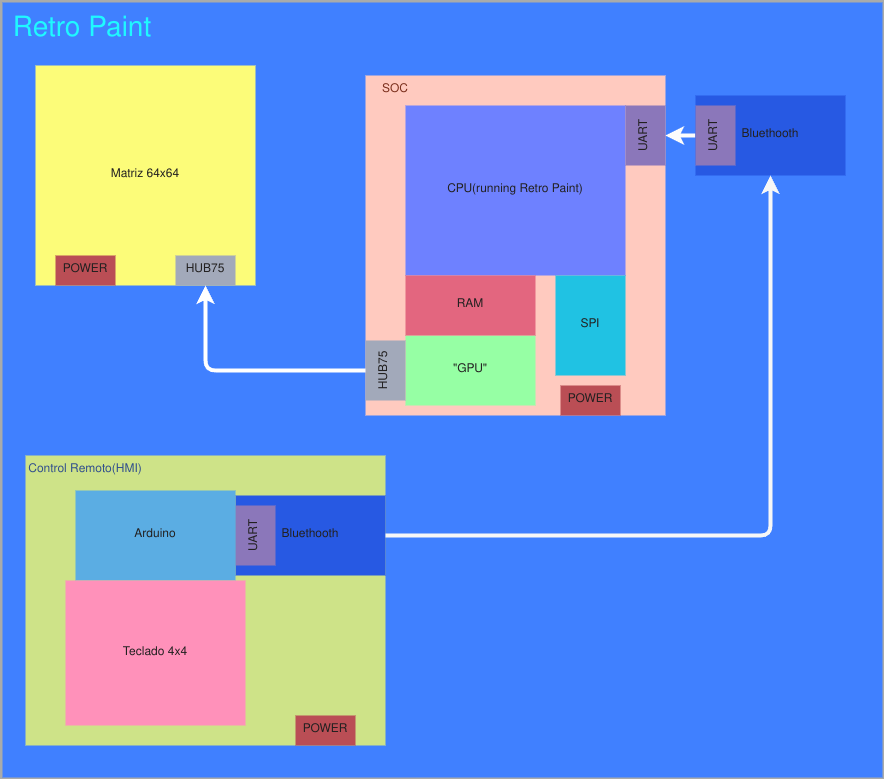
Earlier version of the draw.io export retro_paint/diagrams/bloques.png (safehehe/PTSD1). Source tidied: cells renumbered, new cells last; positions are measured from the earlier drawing's top-left corner, leaving out a move shared by most shapes.
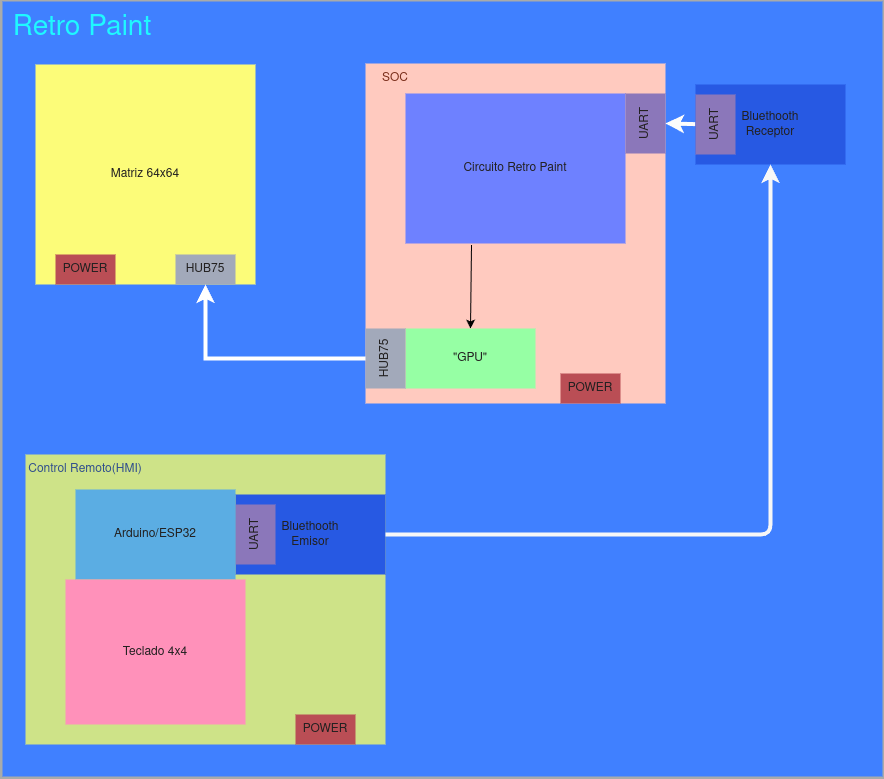
After the commit.

Commit message:
Cambio en el diseño de retro paint

Change to the diagram source:
```diff
@@ -21,16 +21,19 @@
       <mxGeometry x="20" y="190" width="60" height="30" as="geometry" />
     </mxCell>
     <mxCell id="8" style="group;" parent="1" vertex="1">
-      <mxGeometry x="363" y="73" width="300" height="350" as="geometry" />
+      <mxGeometry x="363" y="62" width="300" height="350" as="geometry" />
     </mxCell>
     <mxCell id="9" style="rounded=0;whiteSpace=wrap;html=1;labelBackgroundColor=none;strokeColor=none;strokeWidth=4;fontSize=28;fontColor=#1FF8FF;fillColor=#FFCABF;" parent="8" vertex="1">
       <mxGeometry width="300" height="340" as="geometry" />
     </mxCell>
+    <mxCell id="33" style="edgeStyle=none;html=1;entryX=0.5;entryY=0;entryDx=0;entryDy=0;exitX=0.3;exitY=1.01;exitDx=0;exitDy=0;exitPerimeter=0;" parent="8" edge="1" source="10" target="11">
+      <mxGeometry relative="1" as="geometry" />
+    </mxCell>
-    <mxCell id="10" value="CPU(running Retro Paint)" style="rounded=0;whiteSpace=wrap;html=1;labelBackgroundColor=none;strokeColor=none;strokeWidth=4;fontSize=12;fontColor=#222020;fillColor=#6E81FF;" parent="8" vertex="1">
-      <mxGeometry x="40" y="30" width="220" height="170" as="geometry" />
+    <mxCell id="10" value="Circuito Retro Paint" style="rounded=0;whiteSpace=wrap;html=1;labelBackgroundColor=none;strokeColor=none;strokeWidth=4;fontSize=12;fontColor=#222020;fillColor=#6E81FF;" parent="8" vertex="1">
+      <mxGeometry x="40" y="30" width="220" height="150" as="geometry" />
     </mxCell>
     <mxCell id="11" value="&quot;GPU&quot;" style="rounded=0;whiteSpace=wrap;html=1;labelBackgroundColor=none;strokeColor=none;strokeWidth=4;fontSize=12;fontColor=#222020;fillColor=#96FFA4;" parent="8" vertex="1">
-      <mxGeometry x="40" y="260" width="130" height="70" as="geometry" />
+      <mxGeometry x="40" y="265" width="130" height="60" as="geometry" />
     </mxCell>
     <mxCell id="12" value="HUB75" style="rounded=0;whiteSpace=wrap;html=1;strokeColor=none;strokeWidth=4;fontColor=#222020;fillColor=#A2A9BA;direction=east;rotation=-90;" parent="8" vertex="1">
       <mxGeometry x="-10" y="275" width="60" height="40" as="geometry" />
@@ -41,29 +44,23 @@
     <mxCell id="14" value="SOC" style="text;html=1;strokeColor=none;fillColor=none;align=center;verticalAlign=middle;whiteSpace=wrap;rounded=0;labelBackgroundColor=none;strokeWidth=4;fontSize=12;fontColor=#7A2E1B;" parent="8" vertex="1">
       <mxGeometry width="60" height="30" as="geometry" />
     </mxCell>
-    <mxCell id="15" value="&lt;font color=&quot;#222020&quot;&gt;SPI&lt;/font&gt;" style="rounded=0;whiteSpace=wrap;html=1;labelBackgroundColor=none;strokeColor=none;strokeWidth=4;fontSize=12;fontColor=#7A2E1B;fillColor=#20C2E3;direction=west;" parent="8" vertex="1">
-      <mxGeometry x="190" y="200" width="70" height="100" as="geometry" />
-    </mxCell>
-    <mxCell id="16" value="RAM" style="rounded=0;whiteSpace=wrap;html=1;labelBackgroundColor=none;strokeColor=none;strokeWidth=4;fontSize=12;fontColor=#222020;fillColor=#E3667F;" parent="8" vertex="1">
-      <mxGeometry x="40" y="200" width="130" height="60" as="geometry" />
-    </mxCell>
     <mxCell id="17" value="POWER" style="rounded=0;whiteSpace=wrap;html=1;strokeColor=none;strokeWidth=4;fontColor=#222020;fillColor=#BA4E55;direction=east;" parent="8" vertex="1">
       <mxGeometry x="195" y="310" width="60" height="30" as="geometry" />
     </mxCell>
     <mxCell id="18" style="edgeStyle=none;html=1;entryX=0.5;entryY=1;entryDx=0;entryDy=0;fontSize=12;fontColor=#222020;strokeWidth=4;strokeColor=#FCFCFC;" parent="1" edge="1" source="22" target="13">
       <mxGeometry relative="1" as="geometry" />
     </mxCell>
-    <mxCell id="19" style="edgeStyle=none;html=1;entryX=0.5;entryY=1;entryDx=0;entryDy=0;fontSize=12;fontColor=#222020;strokeWidth=4;strokeColor=#FFFFFF;" parent="1" edge="1" source="12" target="6">
+    <mxCell id="19" style="edgeStyle=none;html=1;entryX=0.5;entryY=1;entryDx=0;entryDy=0;fontSize=12;fontColor=#222020;strokeWidth=4;strokeColor=#FFFFFF;rounded=0;curved=0;" parent="1" edge="1" source="12" target="6">
       <mxGeometry relative="1" as="geometry">
         <Array as="points">
-          <mxPoint x="203" y="368" />
+          <mxPoint x="203" y="357" />
         </Array>
       </mxGeometry>
     </mxCell>
     <mxCell id="20" style="group;" parent="1" vertex="1">
-      <mxGeometry x="693" y="93" width="150" height="80" as="geometry" />
+      <mxGeometry x="693" y="83" width="150" height="80" as="geometry" />
     </mxCell>
-    <mxCell id="21" value="Bluethooth" style="rounded=0;whiteSpace=wrap;html=1;labelBackgroundColor=none;strokeColor=none;strokeWidth=4;fontSize=12;fontColor=#222020;fillColor=#2759E3;" parent="20" vertex="1">
+    <mxCell id="21" value="Bluethooth&lt;div&gt;Receptor&lt;/div&gt;" style="rounded=0;whiteSpace=wrap;html=1;labelBackgroundColor=none;strokeColor=none;strokeWidth=4;fontSize=12;fontColor=#222020;fillColor=#2759E3;" parent="20" vertex="1">
       <mxGeometry width="150" height="80" as="geometry" />
     </mxCell>
     <mxCell id="22" value="UART" style="rounded=0;whiteSpace=wrap;html=1;strokeColor=none;strokeWidth=4;fontColor=#222020;fillColor=#8B77BA;direction=east;rotation=-90;" parent="20" vertex="1">
@@ -78,7 +75,7 @@
     <mxCell id="25" style="group;" parent="23" vertex="1">
       <mxGeometry x="210" y="40" width="150" height="80" as="geometry" />
     </mxCell>
-    <mxCell id="26" value="Bluethooth" style="rounded=0;whiteSpace=wrap;html=1;labelBackgroundColor=none;strokeColor=none;strokeWidth=4;fontSize=12;fontColor=#222020;fillColor=#2759E3;" parent="25" vertex="1">
+    <mxCell id="26" value="Bluethooth&lt;div&gt;Emisor&lt;/div&gt;" style="rounded=0;whiteSpace=wrap;html=1;labelBackgroundColor=none;strokeColor=none;strokeWidth=4;fontSize=12;fontColor=#222020;fillColor=#2759E3;" parent="25" vertex="1">
       <mxGeometry width="150" height="80" as="geometry" />
     </mxCell>
     <mxCell id="27" value="UART" style="rounded=0;whiteSpace=wrap;html=1;strokeColor=none;strokeWidth=4;fontColor=#222020;fillColor=#8B77BA;direction=east;rotation=-90;" parent="25" vertex="1">
@@ -87,7 +84,7 @@
     <mxCell id="28" value="Control Remoto(HMI)" style="text;html=1;strokeColor=none;fillColor=none;align=center;verticalAlign=middle;whiteSpace=wrap;rounded=0;labelBackgroundColor=none;strokeWidth=4;fontSize=12;fontColor=#314F8C;" parent="23" vertex="1">
       <mxGeometry width="120" height="30" as="geometry" />
     </mxCell>
-    <mxCell id="29" value="&lt;font color=&quot;#222020&quot;&gt;Arduino&lt;/font&gt;" style="rounded=0;whiteSpace=wrap;html=1;labelBackgroundColor=none;strokeColor=none;strokeWidth=4;fontSize=12;fontColor=#314F8C;fillColor=#5BADE3;" parent="23" vertex="1">
+    <mxCell id="29" value="&lt;font color=&quot;#222020&quot;&gt;Arduino/ESP32&lt;/font&gt;" style="rounded=0;whiteSpace=wrap;html=1;labelBackgroundColor=none;strokeColor=none;strokeWidth=4;fontSize=12;fontColor=#314F8C;fillColor=#5BADE3;" parent="23" vertex="1">
       <mxGeometry x="50" y="35" width="160" height="90" as="geometry" />
     </mxCell>
     <mxCell id="30" value="Teclado 4x4" style="rounded=0;whiteSpace=wrap;html=1;labelBackgroundColor=none;strokeColor=none;strokeWidth=4;fontSize=12;fontColor=#222020;fillColor=#FF91BA;" parent="23" vertex="1">
```
